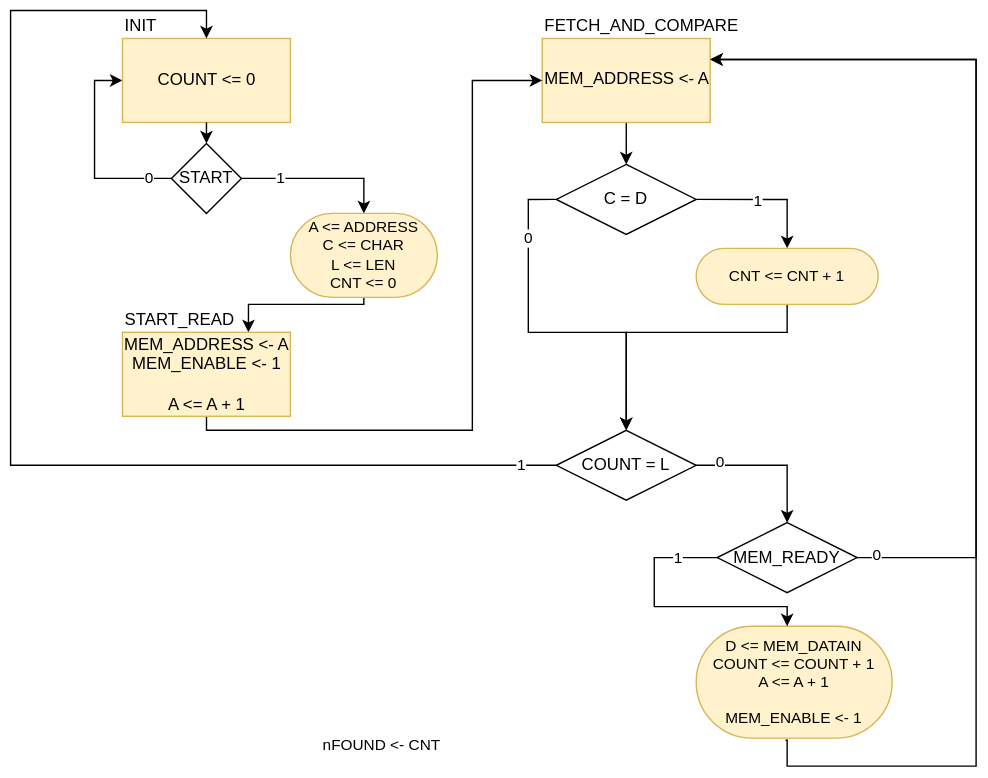
DavidTrevisan/calcolatori_elettronici_2025 keeps this draw.io diagram as doc/images/ASM-search_chr_improved.drawio.svg. Above is the earlier version. Source tidied: cells renumbered, new cells last; positions are measured from the earlier drawing's top-left corner, leaving out a move shared by most shapes.
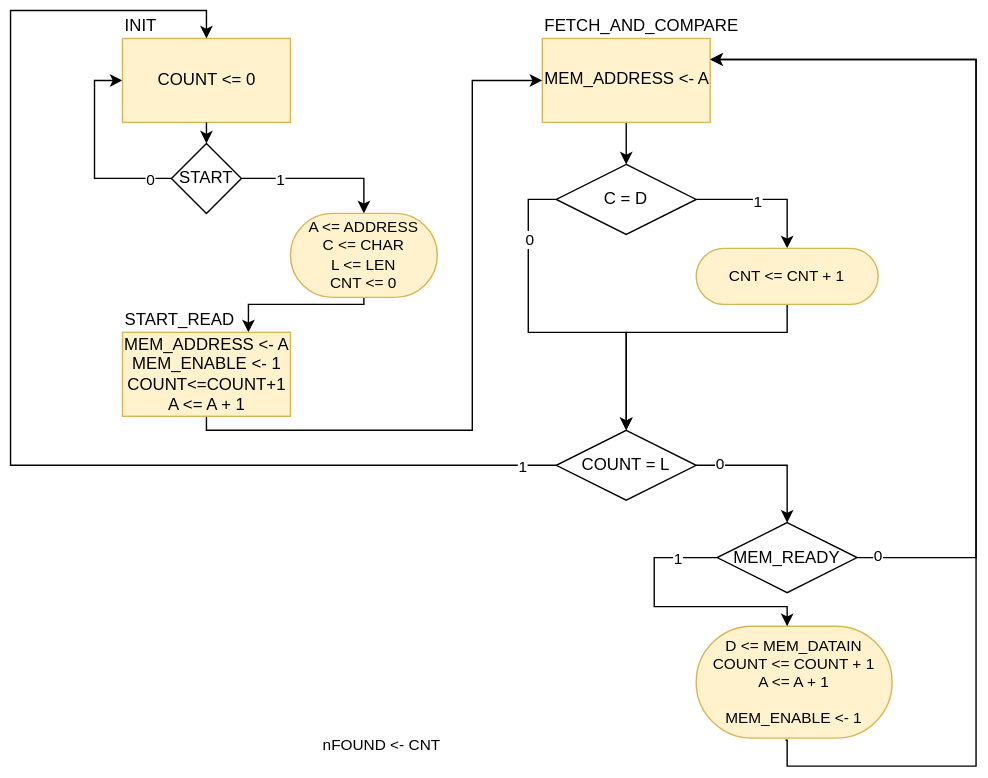
The same diagram one commit later.

What changed in the source:
```diff
@@ -169,7 +169,7 @@
     <mxCell id="36" value="START_READ" style="rounded=0;whiteSpace=wrap;html=1;verticalAlign=bottom;labelPosition=center;verticalLabelPosition=top;align=left;fillColor=#fff2cc;strokeColor=#d6b656;" parent="1" vertex="1">
       <mxGeometry x="80" y="230" width="120" height="60" as="geometry" />
     </mxCell>
-    <mxCell id="37" value="MEM_ADDRESS &amp;lt;- A&lt;br&gt;MEM_ENABLE &amp;lt;- 1&lt;br&gt;&lt;br&gt;A &amp;lt;= A + 1" style="text;html=1;align=center;verticalAlign=middle;strokeColor=none;fillColor=none;" parent="1" vertex="1">
+    <mxCell id="37" value="MEM_ADDRESS &amp;lt;- A&lt;br&gt;MEM_ENABLE &amp;lt;- 1&lt;br&gt;COUNT&amp;lt;=COUNT+1&lt;br&gt;A &amp;lt;= A + 1" style="text;html=1;align=center;verticalAlign=middle;strokeColor=none;fillColor=none;" parent="1" vertex="1">
       <mxGeometry x="70" y="225" width="140" height="70" as="geometry" />
     </mxCell>
   </root>
```
